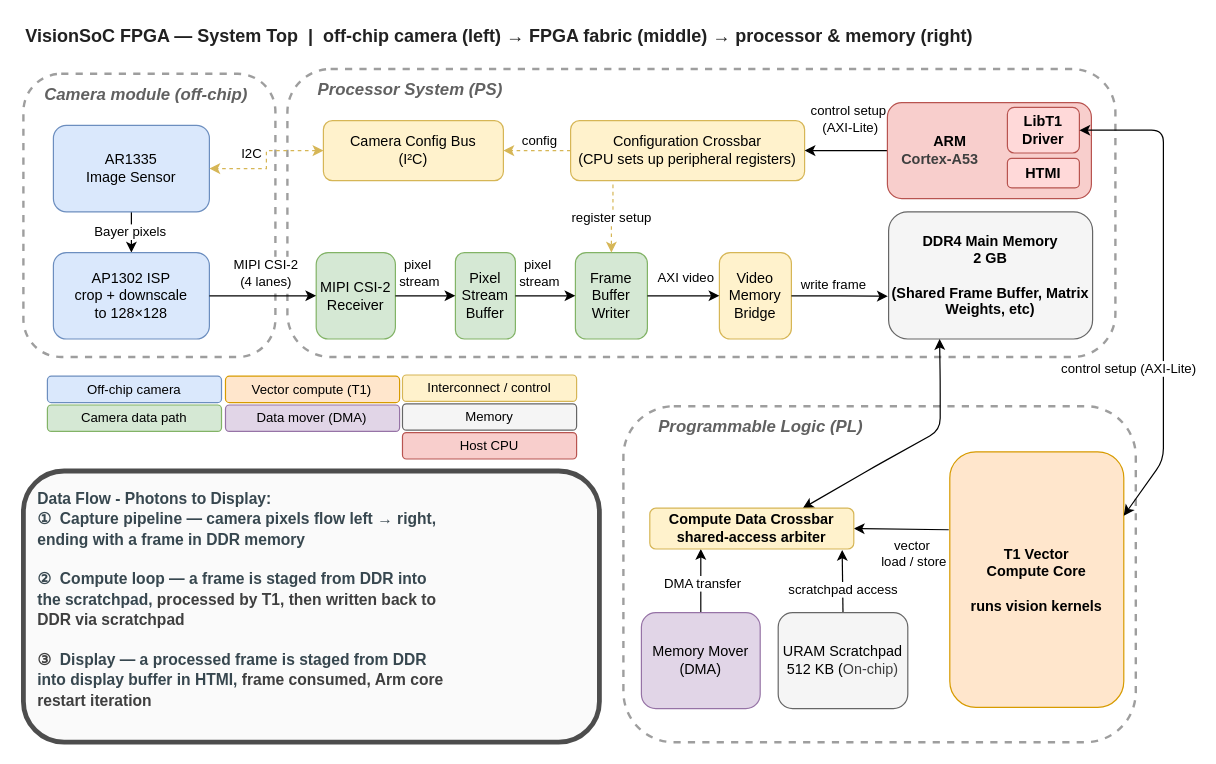
bontang828/VisionSoC keeps this draw.io diagram as fyp_diagram/selected/fpga_system_top_t1style_v4.drawio. Above is the earlier version. Source tidied: cells renumbered, new cells numbered last; positions are measured from the earlier drawing's top-left corner, leaving out a move shared by most shapes. Both pictures are drawn from the tidied source at 120%, with x=0, y=0 at pixel (23, 20).
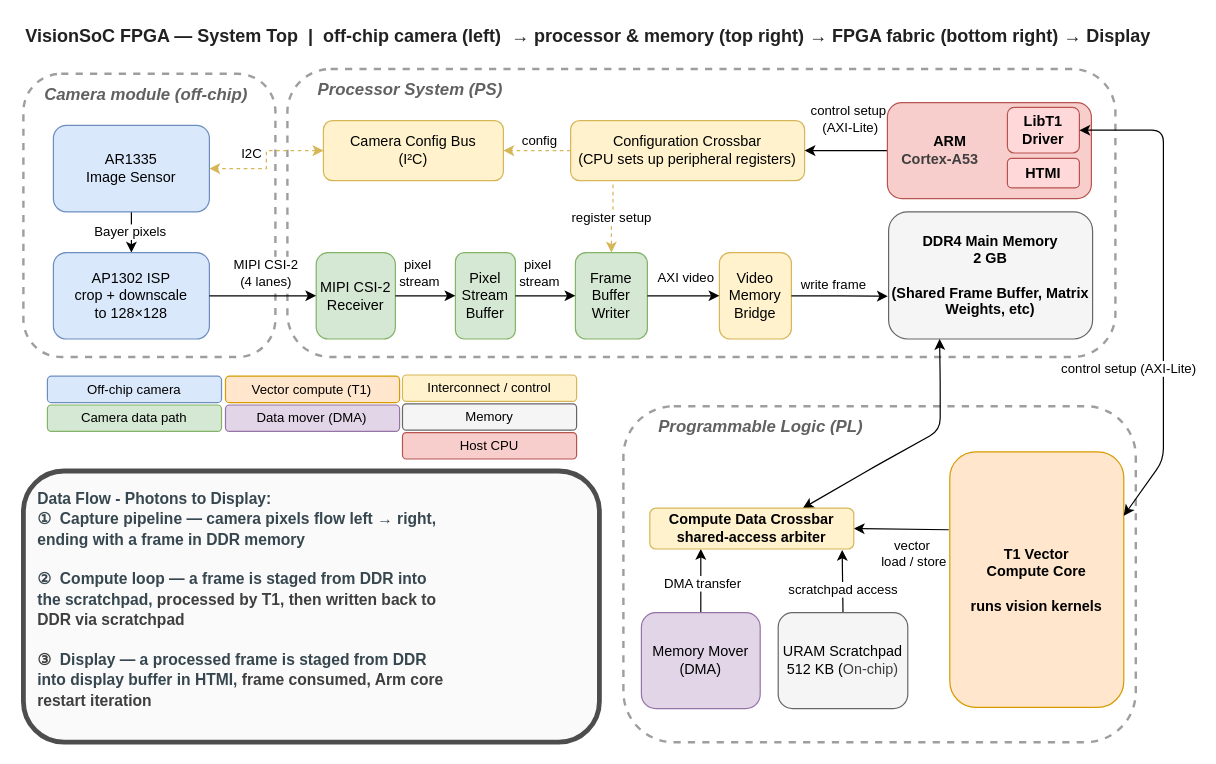
The same page after the edit.

Change to the diagram source:
```diff
@@
-    <mxCell id="3" value="VisionSoC FPGA — System Top  |  off-chip camera (left) → FPGA fabric (middle) → processor &amp; memory (right)" style="text;html=1;align=left;verticalAlign=middle;fontSize=15;fontStyle=1;fontColor=#212121;" parent="1" vertex="1">
+    <mxCell id="3" value="VisionSoC FPGA — System Top&amp;nbsp;&amp;nbsp;|&amp;nbsp;&amp;nbsp;off-chip camera (left)&amp;nbsp; → processor &amp;amp; memory (top right)&amp;nbsp;&lt;span style=&quot;color: rgb(33, 33, 33);&quot;&gt;→ FPGA fabric (bottom right)&amp;nbsp;&lt;/span&gt;&lt;span style=&quot;color: rgb(33, 33, 33);&quot;&gt;→ Display&lt;/span&gt;" style="text;html=1;align=left;verticalAlign=middle;fontSize=15;fontStyle=1;fontColor=#212121;" parent="1" vertex="1">
       <mxGeometry width="970" height="24" as="geometry" />
     </mxCell>
```
